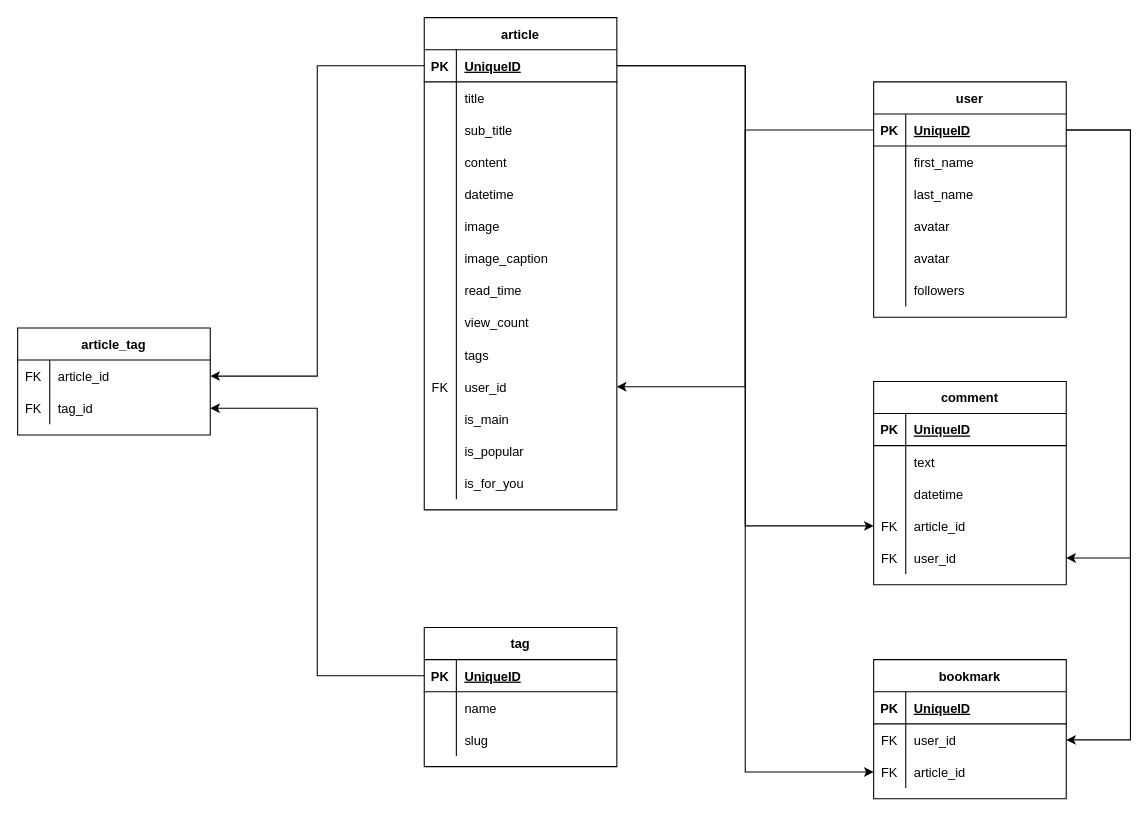
Before: alpine-blog-site.drawio in jakhongirs/database-schema-designs, a draw.io diagram. Source tidied: cells renumbered, new cells numbered last; positions are measured from the earlier drawing's top-left corner, leaving out a move shared by most shapes. Both pictures are drawn from the tidied source at 107%, with x=0, y=0 at pixel (17, 17).
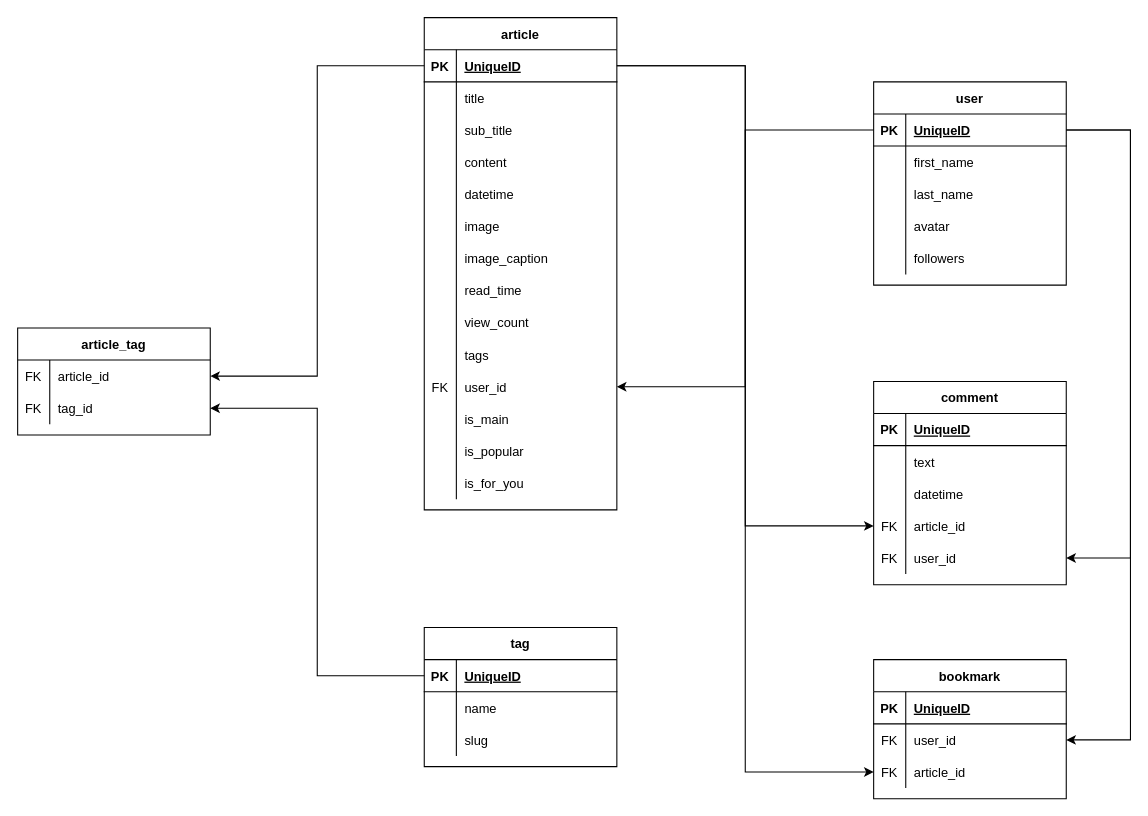
The same diagram, later.

Commit message:
feat: all models

What changed in the source:
```diff
@@
     <mxCell id="64" value="user" style="shape=table;startSize=30;childLayout=tableLayout;rowLines=0;fontStyle=1;align=center;" parent="1" vertex="1">
-      <mxGeometry x="800" y="60" width="180" height="220" as="geometry" />
+      <mxGeometry x="800" y="60" width="180" height="190" as="geometry" />
     </mxCell>
@@
-    <mxCell id="77" style="shape=tableRow;horizontal=0;startSize=0;swimlaneHead=0;swimlaneBody=0;fillColor=none;top=0;left=0;right=0;bottom=0;" parent="64" vertex="1">
-      <mxGeometry y="150" width="180" height="30" as="geometry" />
-    </mxCell>
-    <mxCell id="78" style="shape=partialRectangle;fillColor=none;top=0;left=0;bottom=0;right=0;overflow=hidden;" parent="77" vertex="1">
-      <mxGeometry width="30" height="30" as="geometry" />
-    </mxCell>
-    <mxCell id="79" value="avatar" style="shape=partialRectangle;fillColor=none;top=0;left=0;bottom=0;right=0;align=left;spacingLeft=6;overflow=hidden;" parent="77" vertex="1">
-      <mxGeometry x="30" width="150" height="30" as="geometry" />
-    </mxCell>
     <mxCell id="80" style="shape=tableRow;horizontal=0;startSize=0;swimlaneHead=0;swimlaneBody=0;fillColor=none;top=0;left=0;right=0;bottom=0;" parent="64" vertex="1">
-      <mxGeometry y="180" width="180" height="30" as="geometry" />
+      <mxGeometry y="150" width="180" height="30" as="geometry" />
     </mxCell>
```
